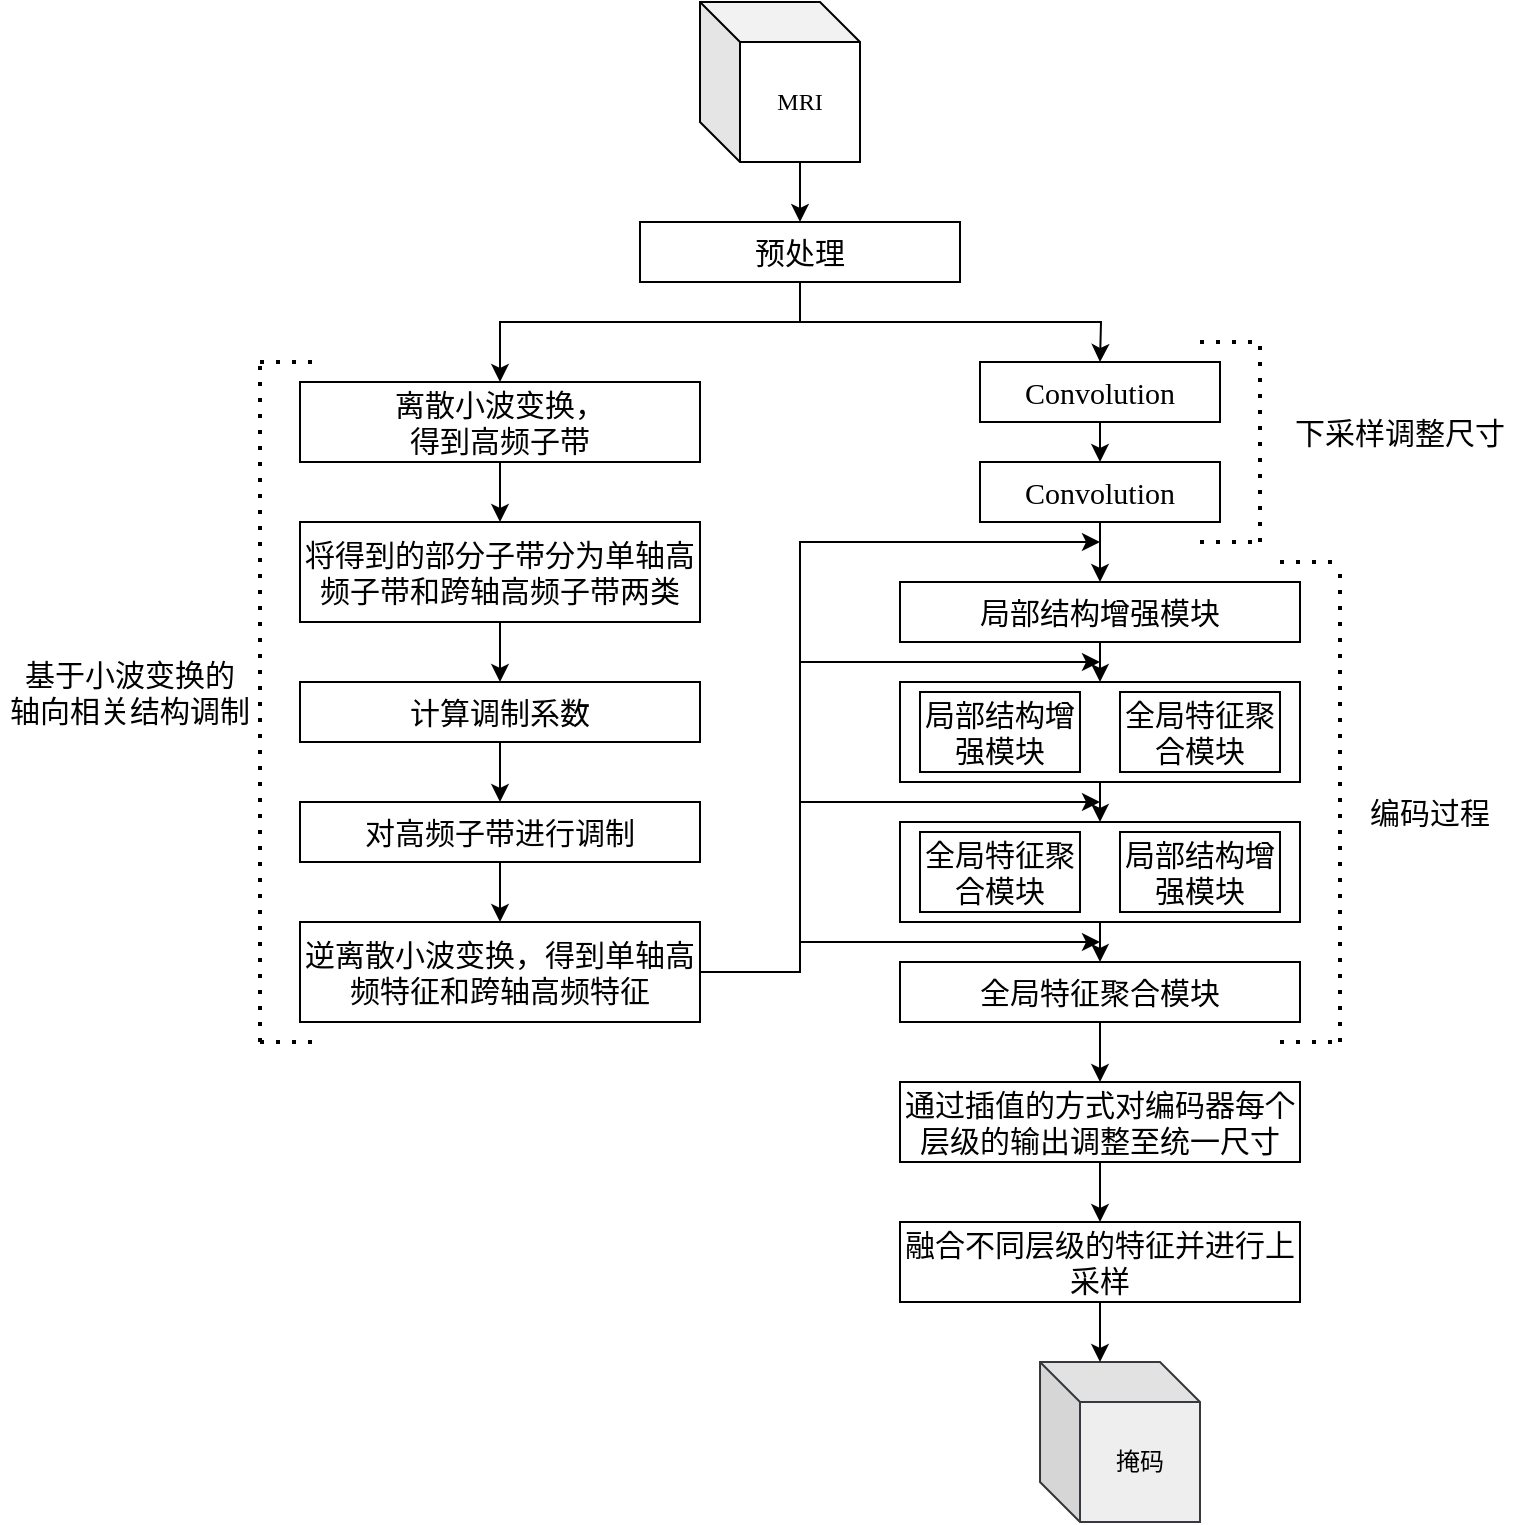
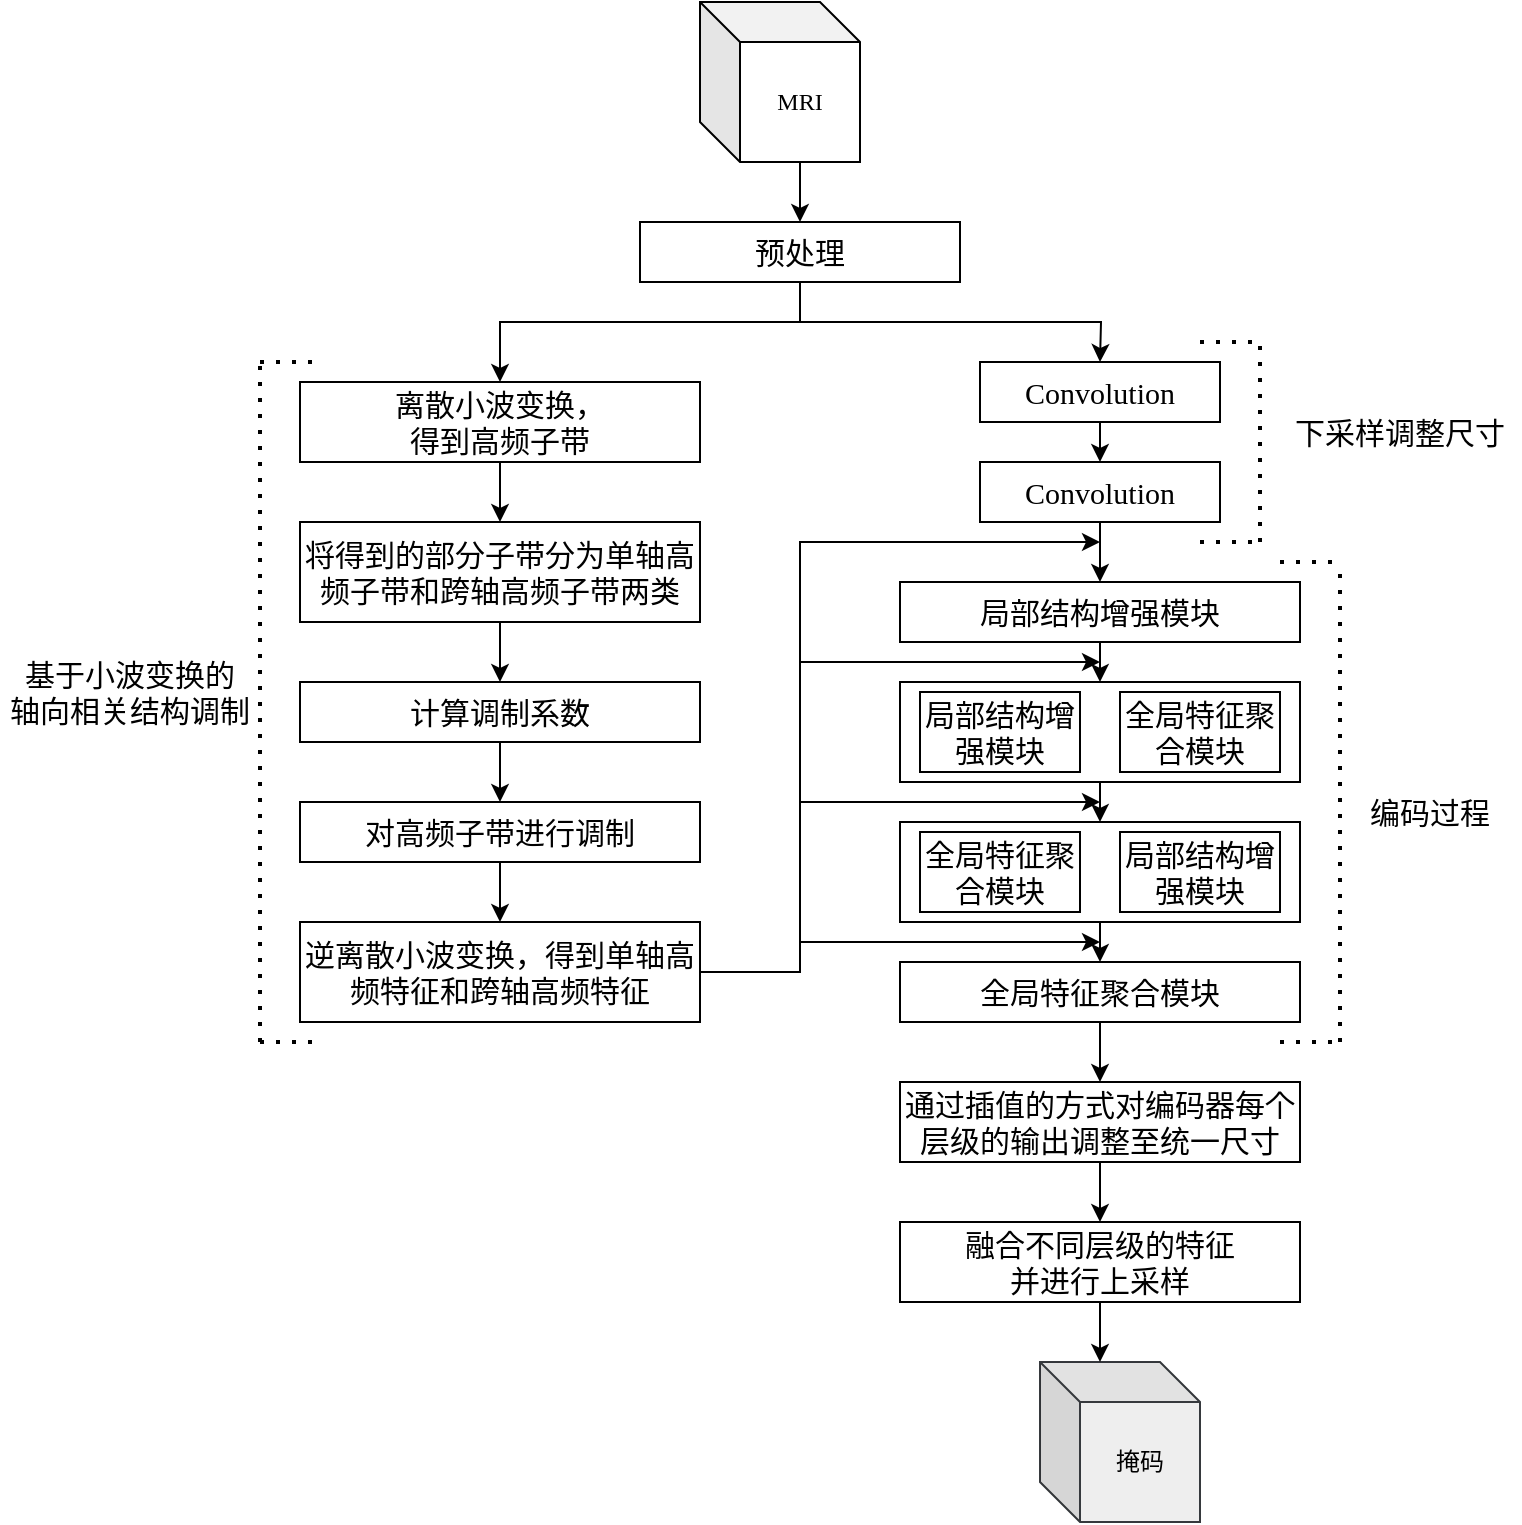
<mxfile host="app.diagrams.net">
  <diagram name="第 1 页" id="5Iq7FNl4cahkRyelhEuZ">
    <mxGraphModel dx="1406" dy="754" grid="1" gridSize="10" guides="1" tooltips="1" connect="1" arrows="1" fold="1" page="1" pageScale="1" pageWidth="827" pageHeight="1169" math="0" shadow="0">
      <root>
        <mxCell id="0" />
        <mxCell id="1" parent="0" />
        <mxCell id="zwdBU7YMSMu1EzGOEkfI-1" edge="1" parent="1" source="zwdBU7YMSMu1EzGOEkfI-3" style="edgeStyle=orthogonalEdgeStyle;rounded=0;orthogonalLoop=1;jettySize=auto;html=1;exitX=0.5;exitY=1;exitDx=0;exitDy=0;entryX=0.5;entryY=0;entryDx=0;entryDy=0;fontFamily=Times New Roman;" target="1ujZz8C-JaTFy7bkJe4T-16">
          <mxGeometry relative="1" as="geometry">
            <Array as="points">
              <mxPoint x="410" y="180" />
              <mxPoint x="260" y="180" />
            </Array>
            <mxPoint x="260" y="200" as="targetPoint" />
          </mxGeometry>
        </mxCell>
        <mxCell id="zwdBU7YMSMu1EzGOEkfI-2" edge="1" parent="1" source="zwdBU7YMSMu1EzGOEkfI-3" style="edgeStyle=orthogonalEdgeStyle;rounded=0;orthogonalLoop=1;jettySize=auto;html=1;exitX=0.5;exitY=1;exitDx=0;exitDy=0;fontFamily=Times New Roman;">
          <mxGeometry relative="1" as="geometry">
            <mxPoint x="560" y="200" as="targetPoint" />
          </mxGeometry>
        </mxCell>
        <mxCell id="zwdBU7YMSMu1EzGOEkfI-3" parent="1" style="rounded=0;whiteSpace=wrap;html=1;fontFamily=Times New Roman;" value="&lt;font style=&quot;font-size: 15px;&quot;&gt;预处理&lt;/font&gt;" vertex="1">
          <mxGeometry height="30" width="160" x="330" y="130" as="geometry" />
        </mxCell>
        <mxCell id="zwdBU7YMSMu1EzGOEkfI-4" parent="1" style="shape=cube;whiteSpace=wrap;html=1;boundedLbl=1;backgroundOutline=1;darkOpacity=0.05;darkOpacity2=0.1;fontFamily=Times New Roman;" value="MRI" vertex="1">
          <mxGeometry height="80" width="80" x="360" y="20" as="geometry" />
        </mxCell>
        <mxCell id="zwdBU7YMSMu1EzGOEkfI-5" edge="1" parent="1" source="zwdBU7YMSMu1EzGOEkfI-4" style="endArrow=classic;html=1;rounded=0;exitX=0;exitY=0;exitDx=50;exitDy=80;exitPerimeter=0;entryX=0.5;entryY=0;entryDx=0;entryDy=0;fontFamily=Times New Roman;" target="zwdBU7YMSMu1EzGOEkfI-3" value="">
          <mxGeometry height="50" relative="1" width="50" as="geometry">
            <Array as="points" />
            <mxPoint x="470" y="450" as="sourcePoint" />
            <mxPoint x="470" y="470" as="targetPoint" />
          </mxGeometry>
        </mxCell>
        <mxCell id="1ujZz8C-JaTFy7bkJe4T-23" edge="1" parent="1" source="zwdBU7YMSMu1EzGOEkfI-6" style="edgeStyle=orthogonalEdgeStyle;rounded=0;orthogonalLoop=1;jettySize=auto;html=1;exitX=0.5;exitY=1;exitDx=0;exitDy=0;entryX=0.5;entryY=0;entryDx=0;entryDy=0;" target="zwdBU7YMSMu1EzGOEkfI-13">
          <mxGeometry relative="1" as="geometry" />
        </mxCell>
        <mxCell id="zwdBU7YMSMu1EzGOEkfI-6" parent="1" style="rounded=0;whiteSpace=wrap;html=1;fontFamily=Times New Roman;" value="&lt;font style=&quot;font-size: 15px;&quot;&gt;Convolution&lt;/font&gt;" vertex="1">
          <mxGeometry height="30" width="120" x="500" y="250" as="geometry" />
        </mxCell>
        <mxCell id="zwdBU7YMSMu1EzGOEkfI-8" edge="1" parent="1" source="zwdBU7YMSMu1EzGOEkfI-7" style="edgeStyle=orthogonalEdgeStyle;rounded=0;orthogonalLoop=1;jettySize=auto;html=1;exitX=0.5;exitY=1;exitDx=0;exitDy=0;entryX=0.5;entryY=0;entryDx=0;entryDy=0;fontFamily=Times New Roman;" target="zwdBU7YMSMu1EzGOEkfI-6">
          <mxGeometry relative="1" as="geometry">
            <Array as="points">
              <mxPoint x="560" y="240" />
              <mxPoint x="560" y="240" />
            </Array>
          </mxGeometry>
        </mxCell>
        <mxCell id="zwdBU7YMSMu1EzGOEkfI-7" parent="1" style="rounded=0;whiteSpace=wrap;html=1;fontFamily=Times New Roman;" value="&lt;font style=&quot;font-size: 15px;&quot;&gt;Convolution&lt;/font&gt;" vertex="1">
          <mxGeometry height="30" width="120" x="500" y="200" as="geometry" />
        </mxCell>
        <mxCell id="zwdBU7YMSMu1EzGOEkfI-9" edge="1" parent="1" style="endArrow=none;dashed=1;html=1;dashPattern=1 3;strokeWidth=2;rounded=0;fontFamily=Times New Roman;" value="">
          <mxGeometry height="50" relative="1" width="50" as="geometry">
            <mxPoint x="610" y="190" as="sourcePoint" />
            <mxPoint x="640" y="190" as="targetPoint" />
          </mxGeometry>
        </mxCell>
        <mxCell id="zwdBU7YMSMu1EzGOEkfI-10" edge="1" parent="1" style="endArrow=none;dashed=1;html=1;dashPattern=1 3;strokeWidth=2;rounded=0;fontFamily=Times New Roman;" value="">
          <mxGeometry height="50" relative="1" width="50" as="geometry">
            <mxPoint x="640" y="290" as="sourcePoint" />
            <mxPoint x="640" y="190" as="targetPoint" />
          </mxGeometry>
        </mxCell>
        <mxCell id="zwdBU7YMSMu1EzGOEkfI-11" edge="1" parent="1" style="endArrow=none;dashed=1;html=1;dashPattern=1 3;strokeWidth=2;rounded=0;fontFamily=Times New Roman;" value="">
          <mxGeometry height="50" relative="1" width="50" as="geometry">
            <mxPoint x="610" y="290" as="sourcePoint" />
            <mxPoint x="640" y="290" as="targetPoint" />
          </mxGeometry>
        </mxCell>
        <mxCell id="1ujZz8C-JaTFy7bkJe4T-10" edge="1" parent="1" source="zwdBU7YMSMu1EzGOEkfI-13" style="edgeStyle=orthogonalEdgeStyle;rounded=0;orthogonalLoop=1;jettySize=auto;html=1;exitX=0.5;exitY=1;exitDx=0;exitDy=0;entryX=0.5;entryY=0;entryDx=0;entryDy=0;fontFamily=Times New Roman;" target="1ujZz8C-JaTFy7bkJe4T-4">
          <mxGeometry relative="1" as="geometry" />
        </mxCell>
        <mxCell id="zwdBU7YMSMu1EzGOEkfI-13" parent="1" style="rounded=0;whiteSpace=wrap;html=1;fontFamily=Times New Roman;" value="&lt;span style=&quot;font-size: 15px;&quot;&gt;局部&lt;/span&gt;&lt;font style=&quot;font-size: 15px;&quot;&gt;结构增强&lt;/font&gt;&lt;span style=&quot;font-size: 15px;&quot;&gt;模块&lt;/span&gt;" vertex="1">
          <mxGeometry height="30" width="200" x="460" y="310" as="geometry" />
        </mxCell>
        <mxCell id="1ujZz8C-JaTFy7bkJe4T-14" edge="1" parent="1" source="1ujZz8C-JaTFy7bkJe4T-3" style="edgeStyle=orthogonalEdgeStyle;rounded=0;orthogonalLoop=1;jettySize=auto;html=1;exitX=0.5;exitY=1;exitDx=0;exitDy=0;fontFamily=Times New Roman;">
          <mxGeometry relative="1" as="geometry">
            <mxPoint x="560" y="560" as="targetPoint" />
          </mxGeometry>
        </mxCell>
        <mxCell id="1ujZz8C-JaTFy7bkJe4T-3" parent="1" style="rounded=0;whiteSpace=wrap;html=1;fontFamily=Times New Roman;" value="&lt;span style=&quot;font-size: 15px;&quot;&gt;全局特征聚合模块&lt;/span&gt;" vertex="1">
          <mxGeometry height="30" width="200" x="460" y="500" as="geometry" />
        </mxCell>
        <mxCell id="1ujZz8C-JaTFy7bkJe4T-6" connectable="0" parent="1" style="group;fontFamily=Times New Roman;" value="" vertex="1">
          <mxGeometry height="50" width="200" x="460" y="360" as="geometry" />
        </mxCell>
        <mxCell id="1ujZz8C-JaTFy7bkJe4T-4" parent="1ujZz8C-JaTFy7bkJe4T-6" style="rounded=0;whiteSpace=wrap;html=1;fontFamily=Times New Roman;" value="" vertex="1">
          <mxGeometry height="50" width="200" as="geometry" />
        </mxCell>
        <mxCell id="zwdBU7YMSMu1EzGOEkfI-14" parent="1ujZz8C-JaTFy7bkJe4T-6" style="rounded=0;whiteSpace=wrap;html=1;fontFamily=Times New Roman;" value="&lt;span style=&quot;font-size: 15px;&quot;&gt;局部&lt;/span&gt;&lt;font style=&quot;font-size: 15px;&quot;&gt;结构增强&lt;/font&gt;&lt;span style=&quot;font-size: 15px;&quot;&gt;模块&lt;/span&gt;" vertex="1">
          <mxGeometry height="40" width="80" x="10" y="5" as="geometry" />
        </mxCell>
        <mxCell id="zwdBU7YMSMu1EzGOEkfI-15" parent="1ujZz8C-JaTFy7bkJe4T-6" style="rounded=0;whiteSpace=wrap;html=1;fontFamily=Times New Roman;" value="&lt;span style=&quot;font-size: 15px;&quot;&gt;全局特征聚合模块&lt;/span&gt;" vertex="1">
          <mxGeometry height="40" width="80" x="110" y="5" as="geometry" />
        </mxCell>
        <mxCell id="1ujZz8C-JaTFy7bkJe4T-7" connectable="0" parent="1" style="group;fontFamily=Times New Roman;" value="" vertex="1">
          <mxGeometry height="50" width="200" x="460" y="430" as="geometry" />
        </mxCell>
        <mxCell id="1ujZz8C-JaTFy7bkJe4T-5" parent="1ujZz8C-JaTFy7bkJe4T-7" style="rounded=0;whiteSpace=wrap;html=1;fontFamily=Times New Roman;" value="" vertex="1">
          <mxGeometry height="50" width="200" as="geometry" />
        </mxCell>
        <mxCell id="1ujZz8C-JaTFy7bkJe4T-1" parent="1ujZz8C-JaTFy7bkJe4T-7" style="rounded=0;whiteSpace=wrap;html=1;fontFamily=Times New Roman;" value="&lt;span style=&quot;font-size: 15px;&quot;&gt;全局特征聚合模块&lt;/span&gt;" vertex="1">
          <mxGeometry height="40" width="80" x="10" y="5" as="geometry" />
        </mxCell>
        <mxCell id="1ujZz8C-JaTFy7bkJe4T-2" parent="1ujZz8C-JaTFy7bkJe4T-7" style="rounded=0;whiteSpace=wrap;html=1;fontFamily=Times New Roman;" value="&lt;span style=&quot;font-size: 15px;&quot;&gt;局部&lt;/span&gt;&lt;font style=&quot;font-size: 15px;&quot;&gt;结构增强&lt;/font&gt;&lt;span style=&quot;font-size: 15px;&quot;&gt;模块&lt;/span&gt;" vertex="1">
          <mxGeometry height="40" width="80" x="110" y="5" as="geometry" />
        </mxCell>
        <mxCell id="1ujZz8C-JaTFy7bkJe4T-11" edge="1" parent="1" source="1ujZz8C-JaTFy7bkJe4T-4" style="edgeStyle=orthogonalEdgeStyle;rounded=0;orthogonalLoop=1;jettySize=auto;html=1;exitX=0.5;exitY=1;exitDx=0;exitDy=0;entryX=0.5;entryY=0;entryDx=0;entryDy=0;fontFamily=Times New Roman;" target="1ujZz8C-JaTFy7bkJe4T-5">
          <mxGeometry relative="1" as="geometry" />
        </mxCell>
        <mxCell id="1ujZz8C-JaTFy7bkJe4T-13" edge="1" parent="1" source="1ujZz8C-JaTFy7bkJe4T-5" style="edgeStyle=orthogonalEdgeStyle;rounded=0;orthogonalLoop=1;jettySize=auto;html=1;exitX=0.5;exitY=1;exitDx=0;exitDy=0;entryX=0.5;entryY=0;entryDx=0;entryDy=0;fontFamily=Times New Roman;" target="1ujZz8C-JaTFy7bkJe4T-3">
          <mxGeometry relative="1" as="geometry" />
        </mxCell>
        <mxCell id="1ujZz8C-JaTFy7bkJe4T-48" edge="1" parent="1" source="1ujZz8C-JaTFy7bkJe4T-15" style="edgeStyle=orthogonalEdgeStyle;rounded=0;orthogonalLoop=1;jettySize=auto;html=1;exitX=0.5;exitY=1;exitDx=0;exitDy=0;entryX=0.5;entryY=0;entryDx=0;entryDy=0;" target="1ujZz8C-JaTFy7bkJe4T-47">
          <mxGeometry relative="1" as="geometry" />
        </mxCell>
        <mxCell id="1ujZz8C-JaTFy7bkJe4T-15" parent="1" style="rounded=0;whiteSpace=wrap;html=1;fontFamily=Times New Roman;" value="&lt;font style=&quot;font-size: 15px;&quot;&gt;通过插值的方式对编码器每个层级的输出调整至统一尺寸&lt;/font&gt;" vertex="1">
          <mxGeometry height="40" width="200" x="460" y="560" as="geometry" />
        </mxCell>
        <mxCell id="1ujZz8C-JaTFy7bkJe4T-42" edge="1" parent="1" source="1ujZz8C-JaTFy7bkJe4T-16" style="edgeStyle=orthogonalEdgeStyle;rounded=0;orthogonalLoop=1;jettySize=auto;html=1;exitX=0.5;exitY=1;exitDx=0;exitDy=0;entryX=0.5;entryY=0;entryDx=0;entryDy=0;" target="1ujZz8C-JaTFy7bkJe4T-26">
          <mxGeometry relative="1" as="geometry" />
        </mxCell>
        <mxCell id="1ujZz8C-JaTFy7bkJe4T-16" parent="1" style="rounded=0;whiteSpace=wrap;html=1;fontFamily=Times New Roman;" value="&lt;span style=&quot;font-size: 15px;&quot;&gt;离散小波变换，&lt;/span&gt;&lt;div&gt;&lt;span style=&quot;font-size: 15px;&quot;&gt;得到高频子带&lt;/span&gt;&lt;/div&gt;" vertex="1">
          <mxGeometry height="40" width="200" x="160" y="210" as="geometry" />
        </mxCell>
        <mxCell id="1ujZz8C-JaTFy7bkJe4T-17" edge="1" parent="1" style="endArrow=none;dashed=1;html=1;dashPattern=1 3;strokeWidth=2;rounded=0;fontFamily=Times New Roman;" value="">
          <mxGeometry height="50" relative="1" width="50" as="geometry">
            <mxPoint x="650" y="300" as="sourcePoint" />
            <mxPoint x="680" y="300" as="targetPoint" />
          </mxGeometry>
        </mxCell>
        <mxCell id="1ujZz8C-JaTFy7bkJe4T-18" edge="1" parent="1" style="endArrow=none;dashed=1;html=1;dashPattern=1 3;strokeWidth=2;rounded=0;fontFamily=Times New Roman;" value="">
          <mxGeometry height="50" relative="1" width="50" as="geometry">
            <mxPoint x="680" y="540" as="sourcePoint" />
            <mxPoint x="680" y="300" as="targetPoint" />
          </mxGeometry>
        </mxCell>
        <mxCell id="1ujZz8C-JaTFy7bkJe4T-19" edge="1" parent="1" style="endArrow=none;dashed=1;html=1;dashPattern=1 3;strokeWidth=2;rounded=0;fontFamily=Times New Roman;" value="">
          <mxGeometry height="50" relative="1" width="50" as="geometry">
            <mxPoint x="650" y="540" as="sourcePoint" />
            <mxPoint x="680" y="540" as="targetPoint" />
          </mxGeometry>
        </mxCell>
        <mxCell id="1ujZz8C-JaTFy7bkJe4T-20" parent="1" style="text;html=1;whiteSpace=wrap;strokeColor=none;fillColor=none;align=center;verticalAlign=middle;rounded=0;" value="&lt;font style=&quot;font-size: 15px;&quot;&gt;编码过程&lt;/font&gt;" vertex="1">
          <mxGeometry height="30" width="70" x="690" y="410" as="geometry" />
        </mxCell>
        <mxCell id="1ujZz8C-JaTFy7bkJe4T-34" edge="1" parent="1" source="1ujZz8C-JaTFy7bkJe4T-21" style="edgeStyle=orthogonalEdgeStyle;rounded=0;orthogonalLoop=1;jettySize=auto;html=1;exitX=1;exitY=0.5;exitDx=0;exitDy=0;">
          <mxGeometry relative="1" as="geometry">
            <Array as="points">
              <mxPoint x="410" y="505" />
              <mxPoint x="410" y="490" />
            </Array>
            <mxPoint x="560" y="490" as="targetPoint" />
          </mxGeometry>
        </mxCell>
        <mxCell id="1ujZz8C-JaTFy7bkJe4T-35" edge="1" parent="1" source="1ujZz8C-JaTFy7bkJe4T-21" style="edgeStyle=orthogonalEdgeStyle;rounded=0;orthogonalLoop=1;jettySize=auto;html=1;exitX=1;exitY=0.5;exitDx=0;exitDy=0;">
          <mxGeometry relative="1" as="geometry">
            <Array as="points">
              <mxPoint x="410" y="505" />
              <mxPoint x="410" y="420" />
            </Array>
            <mxPoint x="560" y="420" as="targetPoint" />
          </mxGeometry>
        </mxCell>
        <mxCell id="1ujZz8C-JaTFy7bkJe4T-36" edge="1" parent="1" source="1ujZz8C-JaTFy7bkJe4T-21" style="edgeStyle=orthogonalEdgeStyle;rounded=0;orthogonalLoop=1;jettySize=auto;html=1;exitX=1;exitY=0.5;exitDx=0;exitDy=0;">
          <mxGeometry relative="1" as="geometry">
            <Array as="points">
              <mxPoint x="410" y="505" />
              <mxPoint x="410" y="350" />
            </Array>
            <mxPoint x="560" y="350" as="targetPoint" />
          </mxGeometry>
        </mxCell>
        <mxCell id="1ujZz8C-JaTFy7bkJe4T-37" edge="1" parent="1" source="1ujZz8C-JaTFy7bkJe4T-21" style="edgeStyle=orthogonalEdgeStyle;rounded=0;orthogonalLoop=1;jettySize=auto;html=1;exitX=1;exitY=0.5;exitDx=0;exitDy=0;">
          <mxGeometry relative="1" as="geometry">
            <Array as="points">
              <mxPoint x="410" y="505" />
              <mxPoint x="410" y="290" />
            </Array>
            <mxPoint x="560" y="290" as="targetPoint" />
          </mxGeometry>
        </mxCell>
        <mxCell id="1ujZz8C-JaTFy7bkJe4T-21" parent="1" style="rounded=0;whiteSpace=wrap;html=1;fontFamily=Times New Roman;" value="&lt;span style=&quot;font-size: 15px;&quot;&gt;逆离散小波变换，得到单轴高频特征和跨轴高频特征&lt;/span&gt;" vertex="1">
          <mxGeometry height="50" width="200" x="160" y="480" as="geometry" />
        </mxCell>
        <mxCell id="1ujZz8C-JaTFy7bkJe4T-24" parent="1" style="shape=cube;whiteSpace=wrap;html=1;boundedLbl=1;backgroundOutline=1;darkOpacity=0.05;darkOpacity2=0.1;fontFamily=Times New Roman;fillColor=#eeeeee;strokeColor=#36393d;" value="掩码" vertex="1">
          <mxGeometry height="80" width="80" x="530" y="700" as="geometry" />
        </mxCell>
        <mxCell id="1ujZz8C-JaTFy7bkJe4T-43" edge="1" parent="1" source="1ujZz8C-JaTFy7bkJe4T-26" style="edgeStyle=orthogonalEdgeStyle;rounded=0;orthogonalLoop=1;jettySize=auto;html=1;exitX=0.5;exitY=1;exitDx=0;exitDy=0;entryX=0.5;entryY=0;entryDx=0;entryDy=0;" target="1ujZz8C-JaTFy7bkJe4T-30">
          <mxGeometry relative="1" as="geometry" />
        </mxCell>
        <mxCell id="1ujZz8C-JaTFy7bkJe4T-26" parent="1" style="rounded=0;whiteSpace=wrap;html=1;fontFamily=Times New Roman;" value="&lt;span style=&quot;color: rgb(0, 0, 0); font-family: &amp;quot;Times New Roman&amp;quot;; font-size: 15px; font-style: normal; font-variant-ligatures: normal; font-variant-caps: normal; font-weight: 400; letter-spacing: normal; orphans: 2; text-align: center; text-indent: 0px; text-transform: none; widows: 2; word-spacing: 0px; -webkit-text-stroke-width: 0px; white-space: normal; text-decoration-thickness: initial; text-decoration-style: initial; text-decoration-color: initial; float: none; background-color: light-dark(#ffffff, var(--ge-dark-color, #121212)); display: inline !important;&quot;&gt;将得到的部分子带分为单轴高频子带和跨轴高频子带两类&lt;/span&gt;" vertex="1">
          <mxGeometry height="50" width="200" x="160" y="280" as="geometry" />
        </mxCell>
        <mxCell id="1ujZz8C-JaTFy7bkJe4T-27" edge="1" parent="1" style="endArrow=none;dashed=1;html=1;dashPattern=1 3;strokeWidth=2;rounded=0;fontFamily=Times New Roman;" value="">
          <mxGeometry height="50" relative="1" width="50" as="geometry">
            <mxPoint x="140" y="540" as="sourcePoint" />
            <mxPoint x="140" y="200" as="targetPoint" />
          </mxGeometry>
        </mxCell>
        <mxCell id="1ujZz8C-JaTFy7bkJe4T-28" edge="1" parent="1" style="endArrow=none;dashed=1;html=1;dashPattern=1 3;strokeWidth=2;rounded=0;fontFamily=Times New Roman;" value="">
          <mxGeometry height="50" relative="1" width="50" as="geometry">
            <mxPoint x="140" y="200" as="sourcePoint" />
            <mxPoint x="170" y="200" as="targetPoint" />
          </mxGeometry>
        </mxCell>
        <mxCell id="1ujZz8C-JaTFy7bkJe4T-29" edge="1" parent="1" style="endArrow=none;dashed=1;html=1;dashPattern=1 3;strokeWidth=2;rounded=0;fontFamily=Times New Roman;" value="">
          <mxGeometry height="50" relative="1" width="50" as="geometry">
            <mxPoint x="140" y="540" as="sourcePoint" />
            <mxPoint x="170" y="540" as="targetPoint" />
          </mxGeometry>
        </mxCell>
        <mxCell id="1ujZz8C-JaTFy7bkJe4T-44" edge="1" parent="1" source="1ujZz8C-JaTFy7bkJe4T-30" style="edgeStyle=orthogonalEdgeStyle;rounded=0;orthogonalLoop=1;jettySize=auto;html=1;exitX=0.5;exitY=1;exitDx=0;exitDy=0;entryX=0.5;entryY=0;entryDx=0;entryDy=0;" target="1ujZz8C-JaTFy7bkJe4T-39">
          <mxGeometry relative="1" as="geometry" />
        </mxCell>
        <mxCell id="1ujZz8C-JaTFy7bkJe4T-30" parent="1" style="rounded=0;whiteSpace=wrap;html=1;fontFamily=Times New Roman;" value="&lt;span style=&quot;font-size: 15px;&quot;&gt;计算调制系数&lt;/span&gt;" vertex="1">
          <mxGeometry height="30" width="200" x="160" y="360" as="geometry" />
        </mxCell>
        <mxCell id="1ujZz8C-JaTFy7bkJe4T-41" edge="1" parent="1" source="1ujZz8C-JaTFy7bkJe4T-39" style="edgeStyle=orthogonalEdgeStyle;rounded=0;orthogonalLoop=1;jettySize=auto;html=1;exitX=0.5;exitY=1;exitDx=0;exitDy=0;" target="1ujZz8C-JaTFy7bkJe4T-21">
          <mxGeometry relative="1" as="geometry" />
        </mxCell>
        <mxCell id="1ujZz8C-JaTFy7bkJe4T-39" parent="1" style="rounded=0;whiteSpace=wrap;html=1;fontFamily=Times New Roman;" value="&lt;font style=&quot;font-size: 15px;&quot;&gt;对高频子带进行调制&lt;/font&gt;" vertex="1">
          <mxGeometry height="30" width="200" x="160" y="420" as="geometry" />
        </mxCell>
        <mxCell id="1ujZz8C-JaTFy7bkJe4T-45" parent="1" style="text;html=1;whiteSpace=wrap;strokeColor=none;fillColor=none;align=center;verticalAlign=middle;rounded=0;" value="&lt;span style=&quot;font-size: 15px;&quot;&gt;下采样调整尺寸&lt;/span&gt;" vertex="1">
          <mxGeometry height="30" width="120" x="650" y="220" as="geometry" />
        </mxCell>
        <mxCell id="1ujZz8C-JaTFy7bkJe4T-46" parent="1" style="text;html=1;whiteSpace=wrap;strokeColor=none;fillColor=none;align=center;verticalAlign=middle;rounded=0;" value="&lt;font face=&quot;Times New Roman&quot; style=&quot;font-size: 15px;&quot;&gt;基于小波变换的&lt;/font&gt;&lt;div&gt;&lt;font face=&quot;Times New Roman&quot; style=&quot;font-size: 15px;&quot;&gt;轴向相关结构调制&lt;/font&gt;&lt;/div&gt;" vertex="1">
          <mxGeometry height="30" width="130" x="10" y="350" as="geometry" />
        </mxCell>
-         <mxCell id="1ujZz8C-JaTFy7bkJe4T-47" parent="1" style="rounded=0;whiteSpace=wrap;html=1;fontFamily=Times New Roman;" value="&lt;font style=&quot;font-size: 15px;&quot;&gt;融合不同层级的特征并进行上采样&lt;/font&gt;" vertex="1">
+         <mxCell id="1ujZz8C-JaTFy7bkJe4T-47" parent="1" style="rounded=0;whiteSpace=wrap;html=1;fontFamily=Times New Roman;" value="&lt;font style=&quot;font-size: 15px;&quot;&gt;融合不同层级的特征&lt;/font&gt;&lt;div&gt;&lt;font style=&quot;font-size: 15px;&quot;&gt;并进行上采样&lt;/font&gt;&lt;/div&gt;" vertex="1">
          <mxGeometry height="40" width="200" x="460" y="630" as="geometry" />
        </mxCell>
        <mxCell id="1ujZz8C-JaTFy7bkJe4T-49" edge="1" parent="1" source="1ujZz8C-JaTFy7bkJe4T-47" style="edgeStyle=orthogonalEdgeStyle;rounded=0;orthogonalLoop=1;jettySize=auto;html=1;exitX=0.5;exitY=1;exitDx=0;exitDy=0;entryX=0;entryY=0;entryDx=30;entryDy=0;entryPerimeter=0;" target="1ujZz8C-JaTFy7bkJe4T-24">
          <mxGeometry relative="1" as="geometry" />
        </mxCell>
      </root>
    </mxGraphModel>
  </diagram>
</mxfile>
